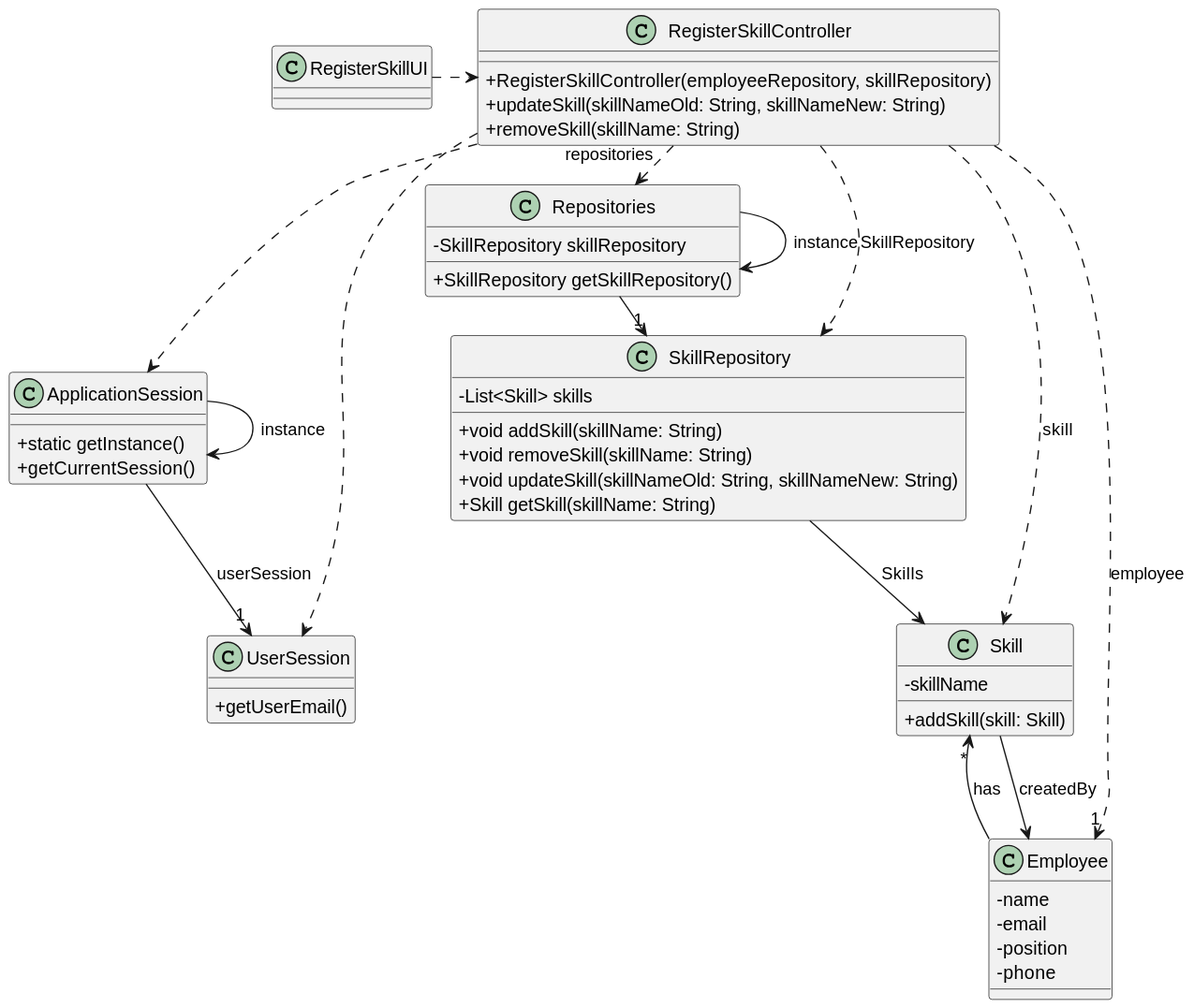
Above: docs/sprintB/us001/03.design/svg/us001-class-diagram.svg in Departamento-de-Engenharia-Informatica/greenspace-management (PlantUML), before the change.
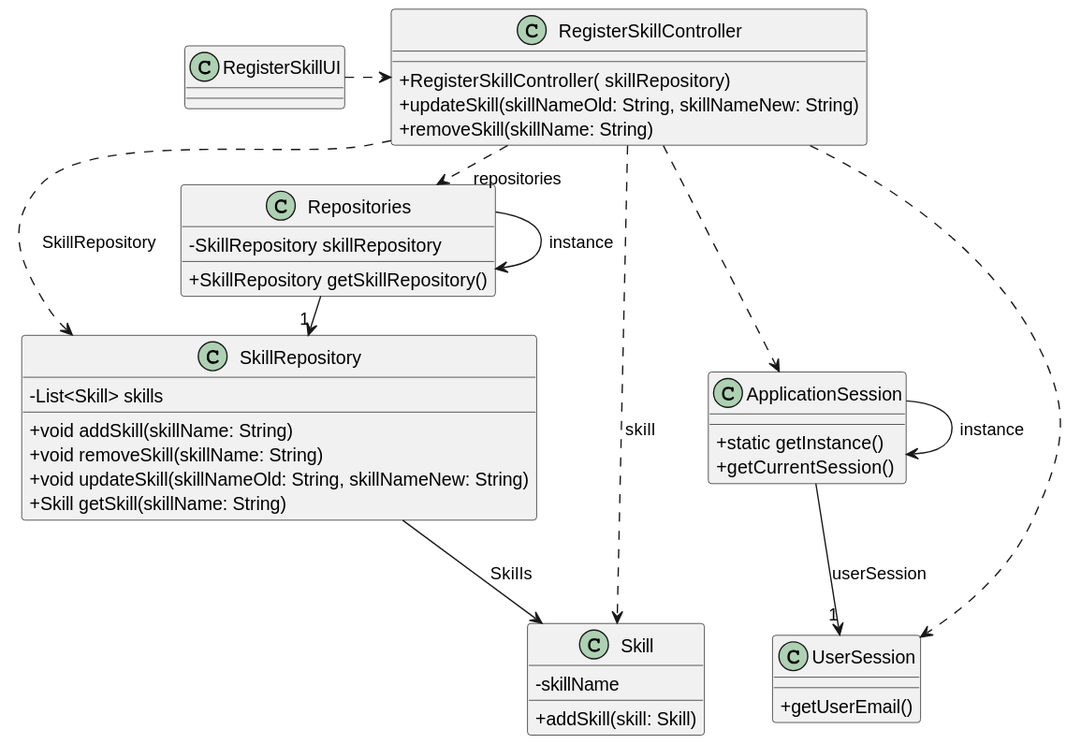
Above is the later version.

What changed in the source:
```diff
@@ -18,12 +18,7 @@
     + getUserEmail()
 }
 
-class Employee {
-    - name
-    - email
-    - position
-    - phone
-}
+
 
 class Skill {
     - skillName
@@ -50,7 +45,7 @@
 }
 
 class RegisterSkillController {
-    + RegisterSkillController(employeeRepository, skillRepository)
+    + RegisterSkillController( skillRepository)
     + updateSkill(skillNameOld: String, skillNameNew: String)
     + removeSkill(skillName: String)
 }
@@ -71,11 +66,7 @@
 
 ApplicationSession --> "1" UserSession : userSession
 
-RegisterSkillController ..> "1" Employee : employee
+
 RegisterSkillController ..> ApplicationSession
 RegisterSkillController ..> UserSession
-
-Skill --> Employee : createdBy
-
-Employee --> "*" Skill : has
 @enduml
```
